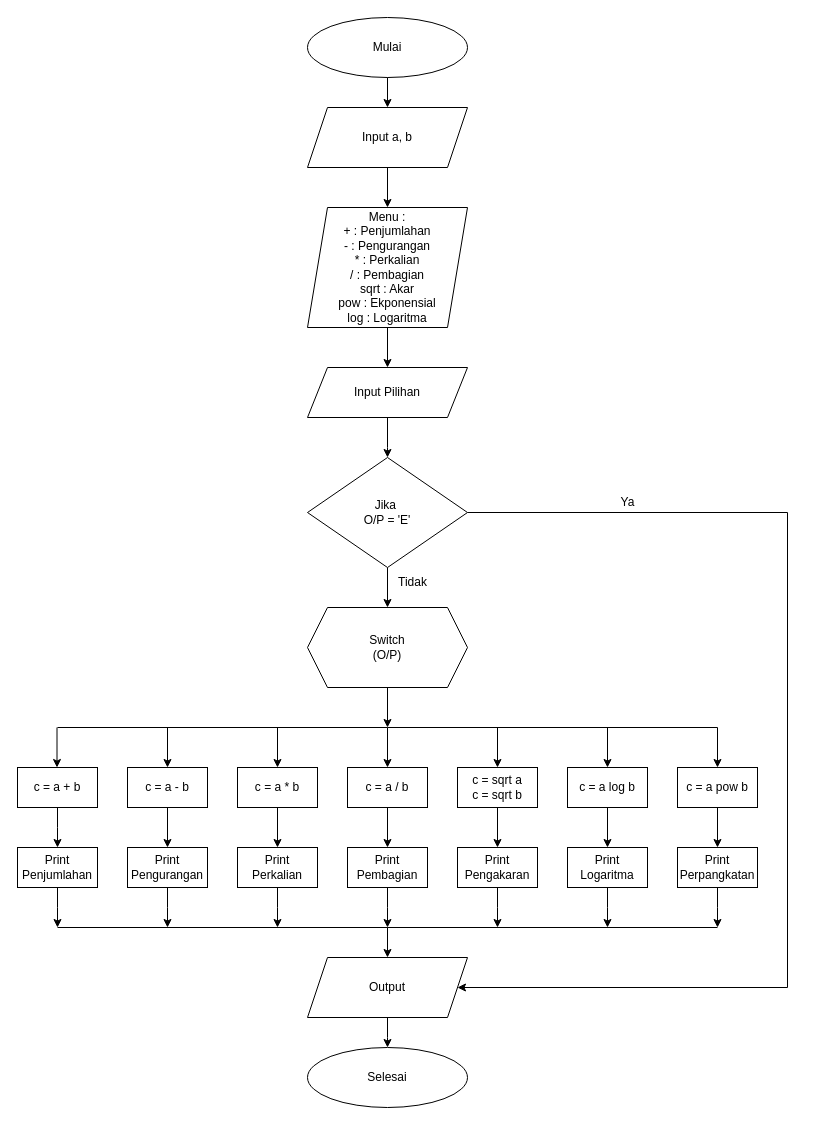
Lutfiah-s/Program-Kalkulator-Sederhana-dengan-Fungsi keeps this draw.io diagram as Untitled Diagram.drawio. Above is the earlier version. Source tidied: cells renumbered, new cells numbered last; positions are measured from the earlier drawing's top-left corner, leaving out a move shared by most shapes. Both pictures are drawn from the tidied source at 100%, with x=0, y=0 at pixel (17, 17).
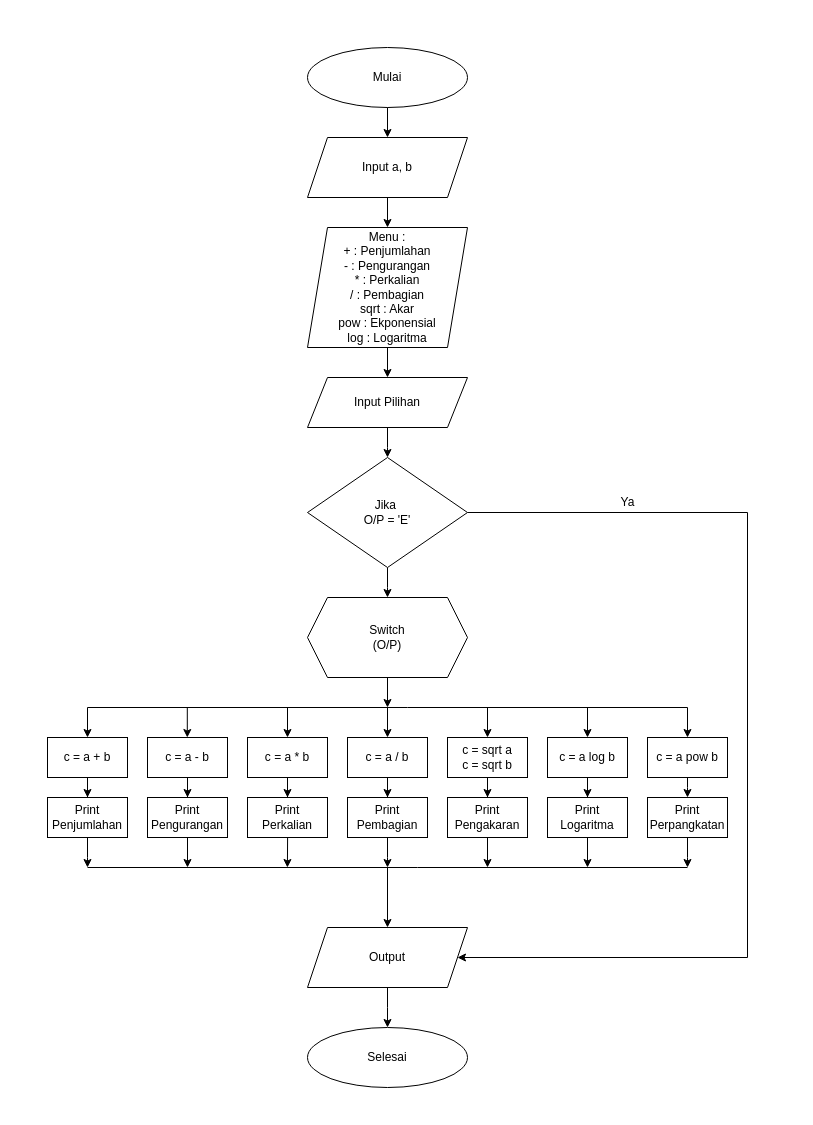
Above is the later version.

The change refers to these unchanged cells:
```xml
<mxCell id="12" value="Jika&amp;nbsp;&lt;div&gt;O/P = 'E'&lt;/div&gt;" style="rhombus;whiteSpace=wrap;html=1;labelBackgroundColor=none;" parent="1" vertex="1">
  <mxGeometry x="290" y="440" width="160" height="110" as="geometry" />
</mxCell>
```

The edit, as a diff of the source:
```diff
@@
     <mxCell id="2" value="Mulai" style="ellipse;whiteSpace=wrap;html=1;labelBackgroundColor=none;" parent="1" vertex="1">
-      <mxGeometry x="290" width="160" height="60" as="geometry" />
+      <mxGeometry x="290" y="30" width="160" height="60" as="geometry" />
     </mxCell>
@@
     <mxCell id="4" value="Input a, b" style="shape=parallelogram;perimeter=parallelogramPerimeter;whiteSpace=wrap;html=1;fixedSize=1;labelBackgroundColor=none;" parent="1" vertex="1">
-      <mxGeometry x="290" y="90" width="160" height="60" as="geometry" />
+      <mxGeometry x="290" y="120" width="160" height="60" as="geometry" />
     </mxCell>
@@
     <mxCell id="7" value="Menu :&lt;div&gt;+ : Penjumlahan&lt;/div&gt;&lt;div&gt;- : Pengurangan&lt;/div&gt;&lt;div&gt;* : Perkalian&lt;/div&gt;&lt;div&gt;/ : Pembagian&lt;/div&gt;&lt;div&gt;sqrt : Akar&lt;/div&gt;&lt;div&gt;pow : Ekponensial&lt;/div&gt;&lt;div&gt;log : Logaritma&lt;/div&gt;" style="shape=parallelogram;perimeter=parallelogramPerimeter;whiteSpace=wrap;html=1;fixedSize=1;align=center;labelBackgroundColor=none;" parent="1" vertex="1">
-      <mxGeometry x="290" y="190" width="160" height="120" as="geometry" />
+      <mxGeometry x="290" y="210" width="160" height="120" as="geometry" />
     </mxCell>
@@
     <mxCell id="9" value="Input Pilihan" style="shape=parallelogram;perimeter=parallelogramPerimeter;whiteSpace=wrap;html=1;fixedSize=1;labelBackgroundColor=none;" parent="1" vertex="1">
-      <mxGeometry x="290" y="350" width="160" height="50" as="geometry" />
+      <mxGeometry x="290" y="360" width="160" height="50" as="geometry" />
     </mxCell>
-    <mxCell id="10" style="edgeStyle=orthogonalEdgeStyle;rounded=0;jettySize=auto;html=1;entryX=0.5;entryY=0;entryDx=0;entryDy=0;labelBackgroundColor=none;fontColor=default;" parent="1" edge="1" source="12" target="15">
-      <mxGeometry relative="1" as="geometry">
-        <Array as="points">
-          <mxPoint x="370" y="590" />
-          <mxPoint x="370" y="590" />
-        </Array>
-      </mxGeometry>
-    </mxCell>
     <mxCell id="11" style="edgeStyle=orthogonalEdgeStyle;rounded=0;jettySize=auto;html=1;entryX=1;entryY=0.5;entryDx=0;entryDy=0;labelBackgroundColor=none;fontColor=default;" parent="1" edge="1" source="12" target="55">
       <mxGeometry relative="1" as="geometry">
         <Array as="points">
-          <mxPoint x="770" y="495" />
-          <mxPoint x="770" y="970" />
+          <mxPoint x="730" y="495" />
+          <mxPoint x="730" y="940" />
         </Array>
       </mxGeometry>
     </mxCell>
+    <mxCell id="58" style="edgeStyle=orthogonalEdgeStyle;rounded=0;jettySize=auto;html=1;" parent="1" edge="1" source="12">
+      <mxGeometry relative="1" as="geometry">
+        <mxPoint x="370" y="580" as="targetPoint" />
+      </mxGeometry>
+    </mxCell>
@@
-    <mxCell id="13" value="Tidak" style="text;html=1;align=center;verticalAlign=middle;strokeColor=none;fillColor=none;labelBackgroundColor=none;" parent="1" vertex="1">
-      <mxGeometry x="370" y="550" width="50" height="30" as="geometry" />
-    </mxCell>
     <mxCell id="14" style="edgeStyle=orthogonalEdgeStyle;rounded=0;jettySize=auto;html=1;labelBackgroundColor=none;fontColor=default;" parent="1" edge="1" source="15">
       <mxGeometry relative="1" as="geometry">
-        <mxPoint x="370" y="710" as="targetPoint" />
+        <mxPoint x="370" y="690" as="targetPoint" />
         <Array as="points">
-          <mxPoint x="370" y="710" />
+          <mxPoint x="370" y="690" />
+          <mxPoint x="370" y="690" />
         </Array>
       </mxGeometry>
     </mxCell>
     <mxCell id="15" value="Switch&lt;div&gt;(O/P)&lt;/div&gt;" style="shape=hexagon;perimeter=hexagonPerimeter2;whiteSpace=wrap;html=1;fixedSize=1;labelBackgroundColor=none;" parent="1" vertex="1">
-      <mxGeometry x="290" y="590" width="160" height="80" as="geometry" />
+      <mxGeometry x="290" y="580" width="160" height="80" as="geometry" />
     </mxCell>
@@
     <mxCell id="17" style="endArrow=none;html=1;rounded=0;labelBackgroundColor=none;fontColor=default;" parent="1" edge="1">
       <mxGeometry relative="1" as="geometry">
-        <mxPoint x="40" y="710" as="sourcePoint" />
-        <mxPoint x="700" y="710" as="targetPoint" />
+        <mxPoint x="70" y="690" as="sourcePoint" />
+        <mxPoint x="670" y="690" as="targetPoint" />
         <Array as="points">
-          <mxPoint x="370" y="710" />
+          <mxPoint x="390" y="690" />
         </Array>
       </mxGeometry>
     </mxCell>
-    <mxCell id="18" style="endArrow=classic;html=1;rounded=0;labelBackgroundColor=none;fontColor=default;" parent="1" edge="1">
+    <mxCell id="18" style="endArrow=classic;html=1;rounded=0;labelBackgroundColor=none;fontColor=default;entryX=0.5;entryY=0;entryDx=0;entryDy=0;" parent="1" edge="1" target="20">
       <mxGeometry relative="1" as="geometry">
-        <mxPoint x="39.5" y="710" as="sourcePoint" />
-        <mxPoint x="39.5" y="750" as="targetPoint" />
+        <mxPoint x="70" y="690" as="sourcePoint" />
       </mxGeometry>
     </mxCell>
-    <mxCell id="19" style="edgeStyle=orthogonalEdgeStyle;rounded=0;jettySize=auto;html=1;labelBackgroundColor=none;fontColor=default;" parent="1" edge="1" source="20">
-      <mxGeometry relative="1" as="geometry">
-        <mxPoint x="40" y="830" as="targetPoint" />
-      </mxGeometry>
+    <mxCell id="19" style="edgeStyle=orthogonalEdgeStyle;rounded=0;jettySize=auto;html=1;labelBackgroundColor=none;fontColor=default;entryX=0.5;entryY=0;entryDx=0;entryDy=0;" parent="1" edge="1" source="20" target="22">
+      <mxGeometry relative="1" as="geometry" />
     </mxCell>
     <mxCell id="20" value="c = a + b" style="rounded=0;whiteSpace=wrap;html=1;labelBackgroundColor=none;" parent="1" vertex="1">
-      <mxGeometry y="750" width="80" height="40" as="geometry" />
+      <mxGeometry x="30" y="720" width="80" height="40" as="geometry" />
     </mxCell>
     <mxCell id="21" style="edgeStyle=orthogonalEdgeStyle;rounded=0;jettySize=auto;html=1;exitX=0.5;exitY=1;exitDx=0;exitDy=0;labelBackgroundColor=none;fontColor=default;" parent="1" edge="1" source="22">
       <mxGeometry relative="1" as="geometry">
-        <mxPoint x="40" y="910" as="targetPoint" />
+        <mxPoint x="70" y="850" as="targetPoint" />
+        <Array as="points">
+          <mxPoint x="70" y="840" />
+          <mxPoint x="70" y="840" />
+        </Array>
       </mxGeometry>
     </mxCell>
     <mxCell id="22" value="Print Penjumlahan" style="rounded=0;whiteSpace=wrap;html=1;labelBackgroundColor=none;" parent="1" vertex="1">
-      <mxGeometry y="830" width="80" height="40" as="geometry" />
+      <mxGeometry x="30" y="780" width="80" height="40" as="geometry" />
     </mxCell>
-    <mxCell id="23" style="endArrow=classic;html=1;rounded=0;entryX=0.5;entryY=0;entryDx=0;entryDy=0;labelBackgroundColor=none;fontColor=default;" parent="1" edge="1" target="25">
+    <mxCell id="23" style="endArrow=classic;html=1;rounded=0;labelBackgroundColor=none;fontColor=default;" parent="1" edge="1">
       <mxGeometry relative="1" as="geometry">
-        <mxPoint x="150" y="710" as="sourcePoint" />
+        <mxPoint x="169.8" y="690" as="sourcePoint" />
+        <mxPoint x="169.8" y="720" as="targetPoint" />
       </mxGeometry>
     </mxCell>
-    <mxCell id="24" style="edgeStyle=orthogonalEdgeStyle;rounded=0;jettySize=auto;html=1;entryX=0.5;entryY=0;entryDx=0;entryDy=0;labelBackgroundColor=none;fontColor=default;" parent="1" edge="1" source="25" target="27">
+    <mxCell id="24" style="edgeStyle=orthogonalEdgeStyle;rounded=0;jettySize=auto;html=1;labelBackgroundColor=none;fontColor=default;entryX=0.5;entryY=0;entryDx=0;entryDy=0;" parent="1" edge="1" source="25" target="27">
       <mxGeometry relative="1" as="geometry" />
     </mxCell>
     <mxCell id="25" value="c = a - b" style="rounded=0;whiteSpace=wrap;html=1;labelBackgroundColor=none;" parent="1" vertex="1">
-      <mxGeometry x="110" y="750" width="80" height="40" as="geometry" />
+      <mxGeometry x="130" y="720" width="80" height="40" as="geometry" />
     </mxCell>
     <mxCell id="26" style="edgeStyle=orthogonalEdgeStyle;rounded=0;jettySize=auto;html=1;labelBackgroundColor=none;fontColor=default;" parent="1" edge="1" source="27">
       <mxGeometry relative="1" as="geometry">
-        <mxPoint x="150" y="910" as="targetPoint" />
+        <mxPoint x="170" y="850" as="targetPoint" />
+        <Array as="points">
+          <mxPoint x="170" y="850" />
+        </Array>
       </mxGeometry>
     </mxCell>
     <mxCell id="27" value="Print Pengurangan" style="rounded=0;whiteSpace=wrap;html=1;labelBackgroundColor=none;" parent="1" vertex="1">
-      <mxGeometry x="110" y="830" width="80" height="40" as="geometry" />
+      <mxGeometry x="130" y="780" width="80" height="40" as="geometry" />
     </mxCell>
-    <mxCell id="28" style="edgeStyle=orthogonalEdgeStyle;rounded=0;jettySize=auto;html=1;labelBackgroundColor=none;fontColor=default;" parent="1" edge="1" source="29">
+    <mxCell id="28" style="edgeStyle=orthogonalEdgeStyle;rounded=0;orthogonalLoop=1;jettySize=auto;html=1;labelBackgroundColor=none;fontColor=default;" parent="1" edge="1">
       <mxGeometry relative="1" as="geometry">
-        <mxPoint x="260" y="910" as="targetPoint" />
+        <mxPoint x="269.6" y="790" as="sourcePoint" />
+        <mxPoint x="269.9" y="850" as="targetPoint" />
       </mxGeometry>
     </mxCell>
     <mxCell id="29" value="Print Perkalian" style="rounded=0;whiteSpace=wrap;html=1;labelBackgroundColor=none;" parent="1" vertex="1">
-      <mxGeometry x="220" y="830" width="80" height="40" as="geometry" />
+      <mxGeometry x="230" y="780" width="80" height="40" as="geometry" />
     </mxCell>
     <mxCell id="30" style="edgeStyle=orthogonalEdgeStyle;rounded=0;jettySize=auto;html=1;exitX=0.5;exitY=1;exitDx=0;exitDy=0;labelBackgroundColor=none;fontColor=default;" parent="1" edge="1" source="31">
       <mxGeometry relative="1" as="geometry">
-        <mxPoint x="370" y="910" as="targetPoint" />
+        <mxPoint x="370" y="850" as="targetPoint" />
+        <Array as="points">
+          <mxPoint x="370" y="840" />
+          <mxPoint x="370" y="840" />
+        </Array>
       </mxGeometry>
     </mxCell>
     <mxCell id="31" value="Print Pembagian" style="rounded=0;whiteSpace=wrap;html=1;labelBackgroundColor=none;" parent="1" vertex="1">
-      <mxGeometry x="330" y="830" width="80" height="40" as="geometry" />
+      <mxGeometry x="330" y="780" width="80" height="40" as="geometry" />
     </mxCell>
     <mxCell id="32" style="edgeStyle=orthogonalEdgeStyle;rounded=0;jettySize=auto;html=1;labelBackgroundColor=none;fontColor=default;" parent="1" edge="1" source="33">
       <mxGeometry relative="1" as="geometry">
-        <mxPoint x="480" y="910" as="targetPoint" />
+        <mxPoint x="470" y="850" as="targetPoint" />
+        <Array as="points">
+          <mxPoint x="470" y="850" />
+        </Array>
       </mxGeometry>
     </mxCell>
     <mxCell id="33" value="Print Pengakaran" style="rounded=0;whiteSpace=wrap;html=1;labelBackgroundColor=none;" parent="1" vertex="1">
-      <mxGeometry x="440" y="830" width="80" height="40" as="geometry" />
+      <mxGeometry x="430" y="780" width="80" height="40" as="geometry" />
     </mxCell>
-    <mxCell id="34" style="edgeStyle=orthogonalEdgeStyle;rounded=0;jettySize=auto;html=1;exitX=0.5;exitY=1;exitDx=0;exitDy=0;labelBackgroundColor=none;fontColor=default;" parent="1" edge="1" source="35">
+    <mxCell id="34" style="edgeStyle=orthogonalEdgeStyle;rounded=0;orthogonalLoop=1;jettySize=auto;html=1;exitX=0.5;exitY=1;exitDx=0;exitDy=0;labelBackgroundColor=none;fontColor=default;" parent="1" edge="1">
       <mxGeometry relative="1" as="geometry">
-        <mxPoint x="590" y="910" as="targetPoint" />
+        <mxPoint x="580" y="820" as="sourcePoint" />
+        <mxPoint x="570" y="850" as="targetPoint" />
+        <Array as="points">
+          <mxPoint x="570" y="820" />
+        </Array>
       </mxGeometry>
     </mxCell>
     <mxCell id="35" value="Print Logaritma" style="rounded=0;whiteSpace=wrap;html=1;labelBackgroundColor=none;" parent="1" vertex="1">
-      <mxGeometry x="550" y="830" width="80" height="40" as="geometry" />
+      <mxGeometry x="530" y="780" width="80" height="40" as="geometry" />
     </mxCell>
-    <mxCell id="36" style="edgeStyle=orthogonalEdgeStyle;rounded=0;jettySize=auto;html=1;entryX=0.5;entryY=0;entryDx=0;entryDy=0;labelBackgroundColor=none;fontColor=default;" parent="1" edge="1" source="37" target="29">
+    <mxCell id="36" style="edgeStyle=orthogonalEdgeStyle;rounded=0;jettySize=auto;html=1;entryX=0.5;entryY=0;entryDx=0;entryDy=0;" parent="1" edge="1" source="37" target="29">
       <mxGeometry relative="1" as="geometry" />
     </mxCell>
     <mxCell id="37" value="c = a * b" style="rounded=0;whiteSpace=wrap;html=1;labelBackgroundColor=none;" parent="1" vertex="1">
-      <mxGeometry x="220" y="750" width="80" height="40" as="geometry" />
+      <mxGeometry x="230" y="720" width="80" height="40" as="geometry" />
     </mxCell>
@@
     <mxCell id="39" value="c = a / b" style="rounded=0;whiteSpace=wrap;html=1;labelBackgroundColor=none;" parent="1" vertex="1">
-      <mxGeometry x="330" y="750" width="80" height="40" as="geometry" />
+      <mxGeometry x="330" y="720" width="80" height="40" as="geometry" />
     </mxCell>
@@
     <mxCell id="41" value="c = sqrt a&lt;div&gt;c = sqrt b&lt;/div&gt;" style="rounded=0;whiteSpace=wrap;html=1;labelBackgroundColor=none;" parent="1" vertex="1">
-      <mxGeometry x="440" y="750" width="80" height="40" as="geometry" />
+      <mxGeometry x="430" y="720" width="80" height="40" as="geometry" />
     </mxCell>
@@
     <mxCell id="43" value="c = a log b" style="rounded=0;whiteSpace=wrap;html=1;labelBackgroundColor=none;" parent="1" vertex="1">
-      <mxGeometry x="550" y="750" width="80" height="40" as="geometry" />
+      <mxGeometry x="530" y="720" width="80" height="40" as="geometry" />
     </mxCell>
     <mxCell id="44" style="edgeStyle=orthogonalEdgeStyle;rounded=0;jettySize=auto;html=1;entryX=0.5;entryY=0;entryDx=0;entryDy=0;labelBackgroundColor=none;fontColor=default;" parent="1" edge="1" source="45" target="47">
-      <mxGeometry relative="1" as="geometry" />
+      <mxGeometry relative="1" as="geometry">
+        <Array as="points">
+          <mxPoint x="670" y="770" />
+          <mxPoint x="670" y="770" />
+        </Array>
+      </mxGeometry>
     </mxCell>
     <mxCell id="45" value="c = a pow b" style="rounded=0;whiteSpace=wrap;html=1;labelBackgroundColor=none;" parent="1" vertex="1">
-      <mxGeometry x="660" y="750" width="80" height="40" as="geometry" />
+      <mxGeometry x="630" y="720" width="80" height="40" as="geometry" />
     </mxCell>
     <mxCell id="46" style="edgeStyle=orthogonalEdgeStyle;rounded=0;jettySize=auto;html=1;labelBackgroundColor=none;fontColor=default;" parent="1" edge="1" source="47">
       <mxGeometry relative="1" as="geometry">
-        <mxPoint x="700" y="910" as="targetPoint" />
+        <mxPoint x="670" y="850" as="targetPoint" />
       </mxGeometry>
     </mxCell>
     <mxCell id="47" value="Print Perpangkatan" style="rounded=0;whiteSpace=wrap;html=1;labelBackgroundColor=none;" parent="1" vertex="1">
-      <mxGeometry x="660" y="830" width="80" height="40" as="geometry" />
+      <mxGeometry x="630" y="780" width="80" height="40" as="geometry" />
     </mxCell>
-    <mxCell id="48" style="endArrow=classic;html=1;rounded=0;entryX=0.5;entryY=0;entryDx=0;entryDy=0;labelBackgroundColor=none;fontColor=default;" parent="1" edge="1" target="37">
+    <mxCell id="48" style="endArrow=classic;html=1;rounded=0;labelBackgroundColor=none;fontColor=default;" parent="1" edge="1">
       <mxGeometry relative="1" as="geometry">
-        <mxPoint x="260" y="710" as="sourcePoint" />
+        <mxPoint x="270" y="710" as="sourcePoint" />
+        <mxPoint x="270" y="720" as="targetPoint" />
+        <Array as="points">
+          <mxPoint x="270" y="690" />
+        </Array>
       </mxGeometry>
     </mxCell>
     <mxCell id="49" style="endArrow=classic;html=1;rounded=0;labelBackgroundColor=none;fontColor=default;" parent="1" edge="1">
       <mxGeometry relative="1" as="geometry">
         <mxPoint x="370" y="710" as="sourcePoint" />
-        <mxPoint x="370" y="750" as="targetPoint" />
+        <mxPoint x="370" y="720" as="targetPoint" />
+        <Array as="points">
+          <mxPoint x="370" y="690" />
+        </Array>
       </mxGeometry>
     </mxCell>
     <mxCell id="50" style="endArrow=classic;html=1;rounded=0;entryX=0.5;entryY=0;entryDx=0;entryDy=0;labelBackgroundColor=none;fontColor=default;" parent="1" edge="1" target="41">
       <mxGeometry relative="1" as="geometry">
-        <mxPoint x="480" y="710" as="sourcePoint" />
+        <mxPoint x="470" y="690" as="sourcePoint" />
+        <Array as="points">
+          <mxPoint x="470" y="690" />
+        </Array>
       </mxGeometry>
     </mxCell>
     <mxCell id="51" style="endArrow=classic;html=1;rounded=0;entryX=0.5;entryY=0;entryDx=0;entryDy=0;labelBackgroundColor=none;fontColor=default;" parent="1" edge="1" target="43">
       <mxGeometry relative="1" as="geometry">
-        <mxPoint x="590" y="710" as="sourcePoint" />
+        <mxPoint x="560" y="690" as="sourcePoint" />
+        <Array as="points">
+          <mxPoint x="570" y="690" />
+        </Array>
       </mxGeometry>
     </mxCell>
-    <mxCell id="52" style="endArrow=classic;html=1;rounded=0;entryX=0.5;entryY=0;entryDx=0;entryDy=0;labelBackgroundColor=none;fontColor=default;" parent="1" edge="1" target="45">
-      <mxGeometry relative="1" as="geometry">
-        <mxPoint x="700" y="710" as="sourcePoint" />
-      </mxGeometry>
-    </mxCell>
     <mxCell id="53" style="endArrow=none;html=1;rounded=0;labelBackgroundColor=none;fontColor=default;" parent="1" edge="1">
       <mxGeometry relative="1" as="geometry">
-        <mxPoint x="40" y="910" as="sourcePoint" />
-        <mxPoint x="700" y="910" as="targetPoint" />
+        <mxPoint x="70" y="850" as="sourcePoint" />
+        <mxPoint x="670" y="850" as="targetPoint" />
         <Array as="points">
-          <mxPoint x="370" y="910" />
+          <mxPoint x="400" y="850" />
         </Array>
       </mxGeometry>
     </mxCell>
     <mxCell id="54" style="edgeStyle=orthogonalEdgeStyle;rounded=0;jettySize=auto;html=1;labelBackgroundColor=none;fontColor=default;" parent="1" edge="1" source="55">
       <mxGeometry relative="1" as="geometry">
-        <mxPoint x="370" y="1030" as="targetPoint" />
+        <mxPoint x="370" y="1010" as="targetPoint" />
       </mxGeometry>
     </mxCell>
     <mxCell id="55" value="Output" style="shape=parallelogram;perimeter=parallelogramPerimeter;whiteSpace=wrap;html=1;fixedSize=1;labelBackgroundColor=none;" parent="1" vertex="1">
-      <mxGeometry x="290" y="940" width="160" height="60" as="geometry" />
+      <mxGeometry x="290" y="910" width="160" height="60" as="geometry" />
     </mxCell>
-    <mxCell id="56" style="edgeStyle=orthogonalEdgeStyle;rounded=0;orthogonalLoop=1;jettySize=auto;html=1;exitX=0.5;exitY=1;exitDx=0;exitDy=0;labelBackgroundColor=none;fontColor=default;" parent="1" edge="1">
+    <mxCell id="56" style="edgeStyle=orthogonalEdgeStyle;rounded=0;orthogonalLoop=1;jettySize=auto;html=1;labelBackgroundColor=none;fontColor=default;" parent="1" edge="1">
       <mxGeometry relative="1" as="geometry">
-        <mxPoint x="370" y="920" as="sourcePoint" />
-        <mxPoint x="370" y="940" as="targetPoint" />
+        <mxPoint x="370" y="850" as="sourcePoint" />
+        <mxPoint x="370" y="910" as="targetPoint" />
         <Array as="points">
           <mxPoint x="370" y="910" />
           <mxPoint x="370" y="910" />
         </Array>
       </mxGeometry>
     </mxCell>
     <mxCell id="57" value="Selesai" style="ellipse;whiteSpace=wrap;html=1;labelBackgroundColor=none;" parent="1" vertex="1">
-      <mxGeometry x="290" y="1030" width="160" height="60" as="geometry" />
+      <mxGeometry x="290" y="1010" width="160" height="60" as="geometry" />
     </mxCell>
+    <mxCell id="59" style="endArrow=classic;html=1;rounded=0;entryX=0.5;entryY=0;entryDx=0;entryDy=0;labelBackgroundColor=none;fontColor=default;" parent="1" edge="1" target="45">
+      <mxGeometry relative="1" as="geometry">
+        <mxPoint x="670" y="690" as="sourcePoint" />
+        <Array as="points">
+          <mxPoint x="670" y="690" />
+        </Array>
+      </mxGeometry>
+    </mxCell>
```
